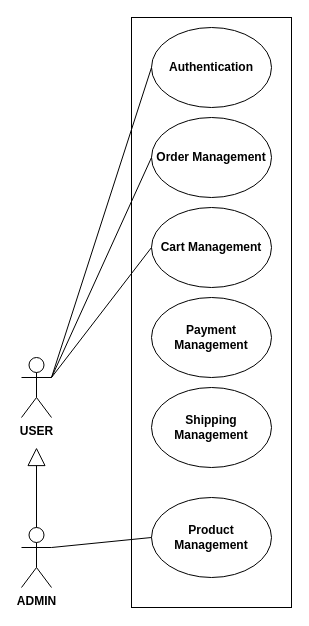
The draw.io diagram page "LEVER1_USECASE" (1 of 2) of doc/USECASE.drawio in TRLAC/ecommerce-backend, before the edit. Source tidied: cells renumbered, new cells numbered last; positions are measured from the earlier drawing's top-left corner, leaving out a move shared by most shapes. Both pictures are drawn from the tidied source at 100%, with x=0, y=0 at pixel (21, 17).
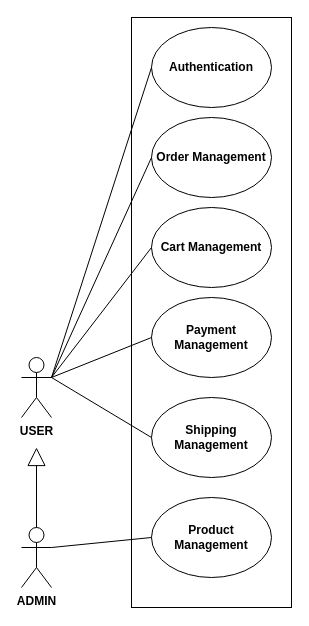
The same diagram, later.

What changed in the source:
```diff
@@
 <mxGraphModel>
   <root>
     <mxCell id="0" />
     <mxCell id="1" parent="0" />
     <mxCell id="2" style="rounded=0;whiteSpace=wrap;html=1;" parent="1" vertex="1">
       <mxGeometry x="110" width="160" height="590" as="geometry" />
     </mxCell>
     <mxCell id="3" value="&lt;b&gt;ADMIN&lt;/b&gt;" style="shape=umlActor;verticalLabelPosition=bottom;verticalAlign=top;html=1;outlineConnect=0;" parent="1" vertex="1">
       <mxGeometry y="510" width="30" height="60" as="geometry" />
     </mxCell>
     <mxCell id="4" value="&lt;b&gt;USER&lt;/b&gt;" style="shape=umlActor;verticalLabelPosition=bottom;verticalAlign=top;html=1;outlineConnect=0;" parent="1" vertex="1">
       <mxGeometry y="340" width="30" height="60" as="geometry" />
     </mxCell>
     <mxCell id="5" value="&lt;b&gt;Authentication&lt;/b&gt;" style="ellipse;whiteSpace=wrap;html=1;" parent="1" vertex="1">
       <mxGeometry x="130" y="10" width="120" height="80" as="geometry" />
     </mxCell>
     <mxCell id="6" value="Product Management" style="ellipse;whiteSpace=wrap;html=1;fontStyle=1;" parent="1" vertex="1">
       <mxGeometry x="130" y="480" width="120" height="80" as="geometry" />
     </mxCell>
     <mxCell id="7" value="Cart Management" style="ellipse;whiteSpace=wrap;html=1;fontStyle=1;" parent="1" vertex="1">
       <mxGeometry x="130" y="190" width="120" height="80" as="geometry" />
     </mxCell>
     <mxCell id="8" value="Order Management" style="ellipse;whiteSpace=wrap;html=1;fontStyle=1;" parent="1" vertex="1">
       <mxGeometry x="130" y="100" width="120" height="80" as="geometry" />
     </mxCell>
     <mxCell id="9" style="endArrow=none;html=1;rounded=0;exitX=1;exitY=0.3333333333333333;exitDx=0;exitDy=0;exitPerimeter=0;entryX=0;entryY=0.5;entryDx=0;entryDy=0;" parent="1" edge="1" source="4" target="8">
       <mxGeometry relative="1" as="geometry" />
     </mxCell>
     <mxCell id="10" style="endArrow=none;html=1;rounded=0;exitX=1;exitY=0.3333333333333333;exitDx=0;exitDy=0;exitPerimeter=0;entryX=0;entryY=0.5;entryDx=0;entryDy=0;" parent="1" edge="1" source="4" target="7">
       <mxGeometry relative="1" as="geometry" />
     </mxCell>
     <mxCell id="11" style="endArrow=none;html=1;rounded=0;exitX=1;exitY=0.3333333333333333;exitDx=0;exitDy=0;exitPerimeter=0;entryX=0;entryY=0.5;entryDx=0;entryDy=0;" parent="1" edge="1" source="4" target="5">
       <mxGeometry relative="1" as="geometry" />
     </mxCell>
     <mxCell id="12" style="endArrow=none;html=1;rounded=0;exitX=1;exitY=0.3333333333333333;exitDx=0;exitDy=0;exitPerimeter=0;entryX=0;entryY=0.5;entryDx=0;entryDy=0;" parent="1" edge="1" source="3" target="6">
       <mxGeometry relative="1" as="geometry" />
     </mxCell>
     <mxCell id="13" style="endArrow=block;endSize=16;endFill=0;html=1;rounded=0;exitX=0.5;exitY=0;exitDx=0;exitDy=0;exitPerimeter=0;" parent="1" edge="1" source="3">
       <mxGeometry relative="1" as="geometry">
         <mxPoint x="15" y="430" as="targetPoint" />
       </mxGeometry>
     </mxCell>
     <mxCell id="14" value="Payment  Management" style="ellipse;whiteSpace=wrap;html=1;fontStyle=1;" parent="1" vertex="1">
       <mxGeometry x="130" y="280" width="120" height="80" as="geometry" />
     </mxCell>
     <mxCell id="15" value="Shipping  Management" style="ellipse;whiteSpace=wrap;html=1;fontStyle=1;" parent="1" vertex="1">
-      <mxGeometry x="130" y="370" width="120" height="80" as="geometry" />
+      <mxGeometry x="130" y="380" width="120" height="80" as="geometry" />
     </mxCell>
+    <mxCell id="16" style="endArrow=none;html=1;rounded=0;exitX=1;exitY=0.3333333333333333;exitDx=0;exitDy=0;exitPerimeter=0;entryX=0;entryY=0.5;entryDx=0;entryDy=0;" parent="1" edge="1" source="4" target="14">
+      <mxGeometry relative="1" as="geometry" />
+    </mxCell>
+    <mxCell id="17" style="endArrow=none;html=1;rounded=0;exitX=1;exitY=0.3333333333333333;exitDx=0;exitDy=0;exitPerimeter=0;entryX=0;entryY=0.5;entryDx=0;entryDy=0;" parent="1" edge="1" source="4" target="15">
+      <mxGeometry relative="1" as="geometry" />
+    </mxCell>
   </root>
 </mxGraphModel>
```
